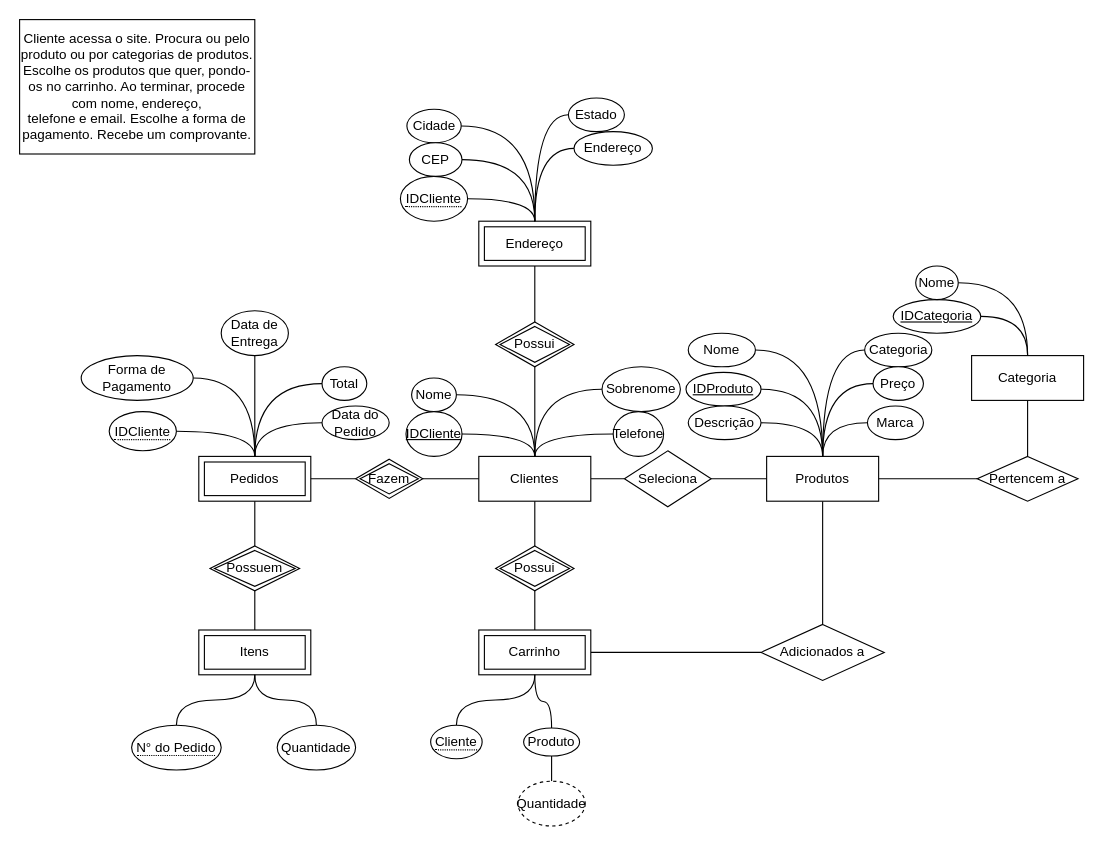
Above: page "Conceitual" (1 of 2) of Dannyel/DanFonR.drawio in DanFonR/cco_database_iesb (draw.io), before the change. Source tidied: cells renumbered, new cells numbered last; positions are measured from the earlier drawing's top-left corner, leaving out a move shared by most shapes. Both pictures are drawn from the tidied source at 112%, with x=0, y=0 at pixel (19, 19).
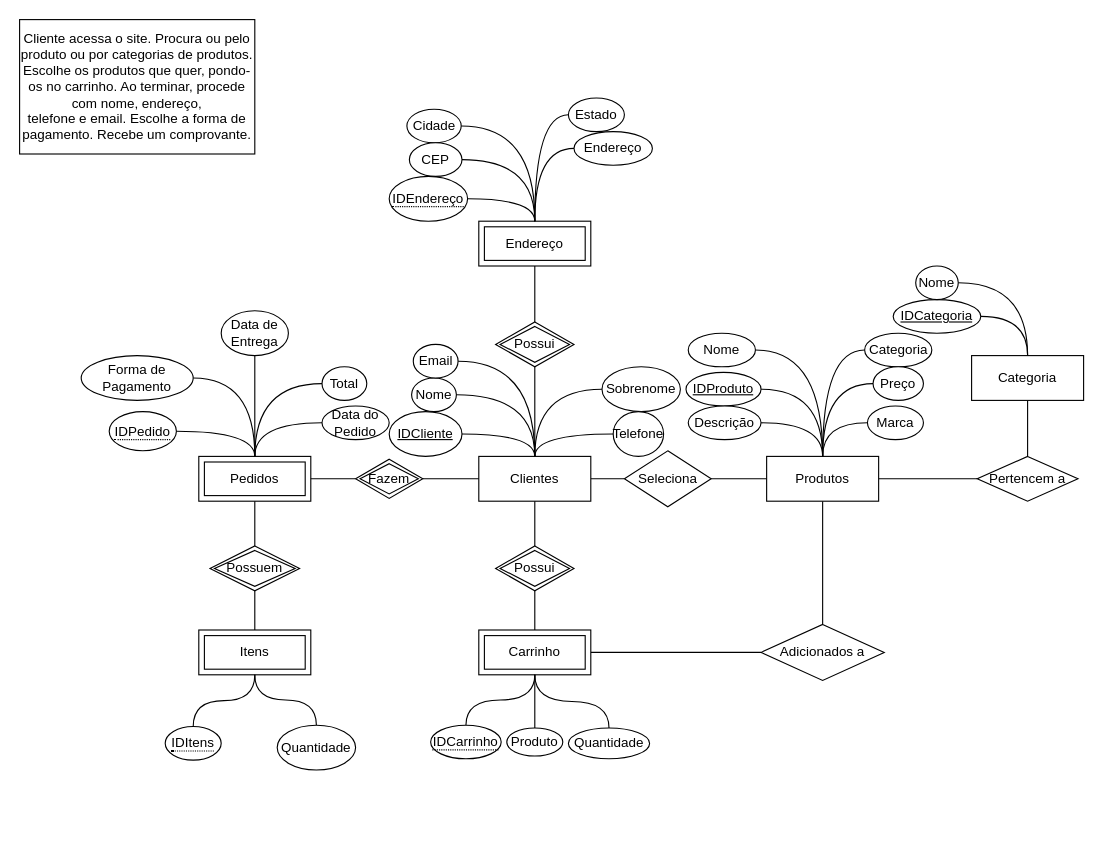
After the change.

Unchanged cells that the change refers to:
```xml
<mxCell id="6" value="Clientes" style="whiteSpace=wrap;html=1;align=center;" parent="1" vertex="1">
  <mxGeometry x="410" y="390" width="100" height="40" as="geometry" />
</mxCell>
<mxCell id="20" value="Carrinho" style="shape=ext;margin=3;double=1;whiteSpace=wrap;html=1;align=center;" parent="1" vertex="1">
  <mxGeometry x="410" y="545" width="100" height="40" as="geometry" />
</mxCell>
```

Diff of the diagram source:
```diff
@@
     <mxCell id="24" value="IDCliente" style="ellipse;whiteSpace=wrap;html=1;align=center;fontStyle=4;" parent="1" vertex="1">
-      <mxGeometry x="345" y="350" width="50" height="40" as="geometry" />
+      <mxGeometry x="330" y="350" width="65" height="40" as="geometry" />
     </mxCell>
@@
-    <mxCell id="49" value="&lt;span style=&quot;border-bottom: 1px dotted&quot;&gt;N° do Pedido&lt;/span&gt;" style="ellipse;whiteSpace=wrap;html=1;align=center;" parent="1" vertex="1">
-      <mxGeometry x="100" y="630" width="80" height="40" as="geometry" />
+    <mxCell id="49" value="&lt;span style=&quot;border-bottom: 1px dotted&quot;&gt;IDItens&lt;/span&gt;" style="ellipse;whiteSpace=wrap;html=1;align=center;" parent="1" vertex="1">
+      <mxGeometry x="130" y="631.2" width="50" height="30" as="geometry" />
     </mxCell>
@@
-    <mxCell id="51" value="&lt;span style=&quot;border-bottom: 1px dotted&quot;&gt;IDCliente&lt;/span&gt;" style="ellipse;whiteSpace=wrap;html=1;align=center;" parent="1" vertex="1">
+    <mxCell id="51" value="&lt;span style=&quot;border-bottom: 1px dotted&quot;&gt;IDPedido&lt;/span&gt;" style="ellipse;whiteSpace=wrap;html=1;align=center;" parent="1" vertex="1">
       <mxGeometry x="80" y="350" width="60" height="35" as="geometry" />
     </mxCell>
@@
-    <mxCell id="59" value="&lt;span style=&quot;border-bottom: 1px dotted&quot;&gt;Cliente&lt;/span&gt;" style="ellipse;whiteSpace=wrap;html=1;align=center;" parent="1" vertex="1">
-      <mxGeometry x="367" y="630" width="46" height="30" as="geometry" />
+    <mxCell id="59" value="&lt;span style=&quot;border-bottom: 1px dotted&quot;&gt;IDCarrinho&lt;/span&gt;" style="ellipse;whiteSpace=wrap;html=1;align=center;" parent="1" vertex="1">
+      <mxGeometry x="367" y="630" width="63" height="30" as="geometry" />
     </mxCell>
@@
     <mxCell id="61" value="Produto" style="ellipse;whiteSpace=wrap;html=1;align=center;" parent="1" vertex="1">
-      <mxGeometry x="450" y="632.5" width="50" height="25" as="geometry" />
+      <mxGeometry x="435" y="632.5" width="50" height="25" as="geometry" />
     </mxCell>
-    <mxCell id="62" style="edgeStyle=orthogonalEdgeStyle;rounded=0;jettySize=auto;html=1;curved=1;endArrow=none;endFill=0;" parent="1" edge="1" source="63" target="61">
-      <mxGeometry relative="1" as="geometry" />
-    </mxCell>
-    <mxCell id="63" value="Quantidade" style="ellipse;whiteSpace=wrap;html=1;align=center;dashed=1;" parent="1" vertex="1">
-      <mxGeometry x="445" y="680" width="60" height="40" as="geometry" />
-    </mxCell>
@@
-    <mxCell id="75" value="&lt;span style=&quot;border-bottom: 1px dotted&quot;&gt;IDCliente&lt;/span&gt;" style="ellipse;whiteSpace=wrap;html=1;align=center;" parent="1" vertex="1">
-      <mxGeometry x="340" y="140" width="60" height="40" as="geometry" />
+    <mxCell id="75" value="&lt;span style=&quot;border-bottom: 1px dotted&quot;&gt;IDEndereço&lt;/span&gt;" style="ellipse;whiteSpace=wrap;html=1;align=center;" parent="1" vertex="1">
+      <mxGeometry x="330" y="140" width="70" height="40" as="geometry" />
     </mxCell>
@@
+    <mxCell id="86" style="edgeStyle=orthogonalEdgeStyle;rounded=0;jettySize=auto;html=1;entryX=0.5;entryY=1;entryDx=0;entryDy=0;curved=1;endArrow=none;endFill=0;" parent="1" edge="1" source="63" target="20">
+      <mxGeometry relative="1" as="geometry" />
+    </mxCell>
+    <mxCell id="63" value="Quantidade" style="ellipse;whiteSpace=wrap;html=1;align=center;" parent="1" vertex="1">
+      <mxGeometry x="490" y="632.5" width="72.5" height="27.5" as="geometry" />
+    </mxCell>
+    <mxCell id="87" style="edgeStyle=orthogonalEdgeStyle;rounded=0;jettySize=auto;html=1;entryX=0.5;entryY=0;entryDx=0;entryDy=0;curved=1;endArrow=none;endFill=0;" parent="1" edge="1" source="88" target="6">
+      <mxGeometry relative="1" as="geometry" />
+    </mxCell>
+    <mxCell id="88" value="Email" style="ellipse;whiteSpace=wrap;html=1;align=center;" parent="1" vertex="1">
+      <mxGeometry x="351.5" y="290" width="40" height="30" as="geometry" />
+    </mxCell>
```
